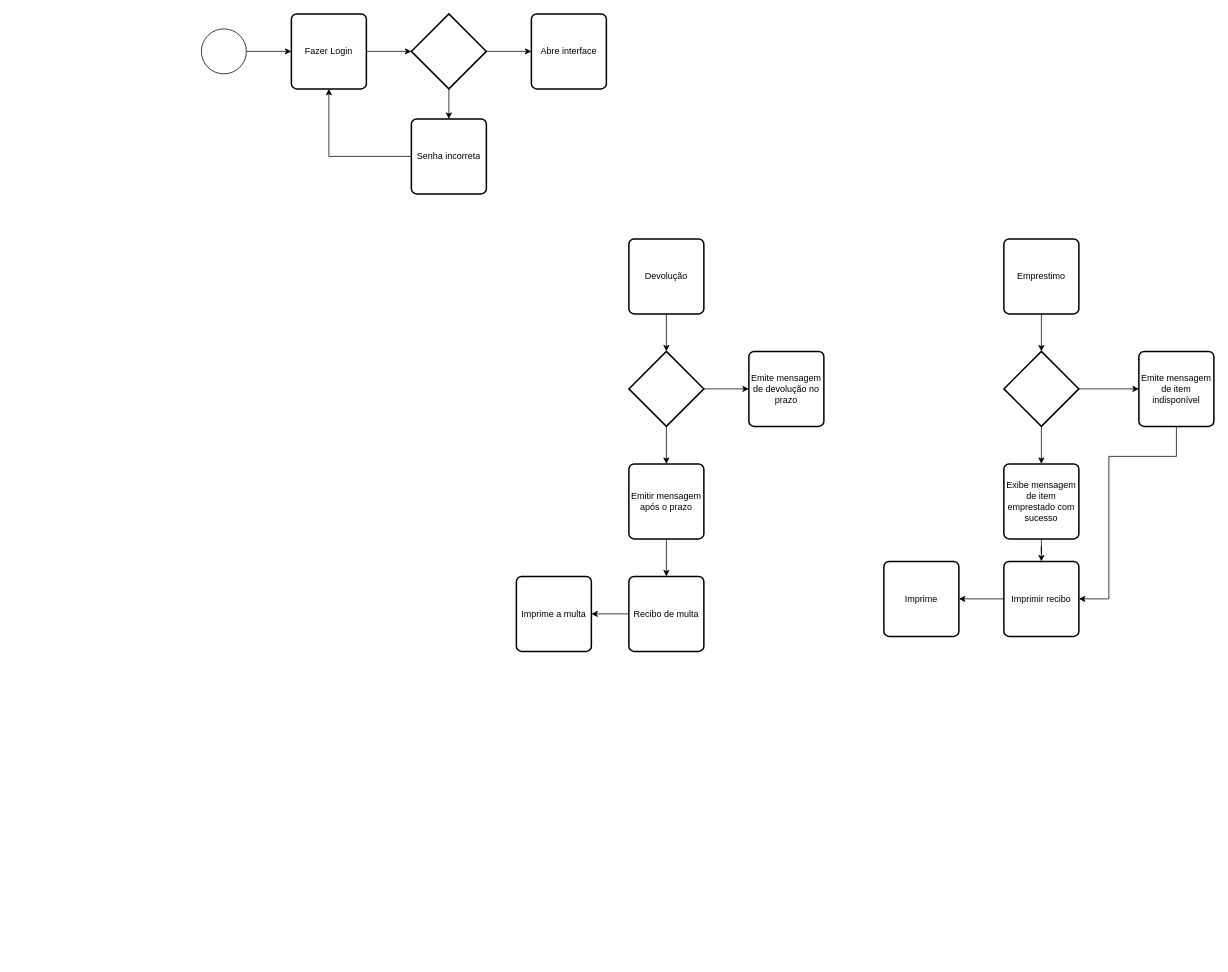
Before: diagramaAtividades.drawio in fe1ipesena/biblioteca-Java-Swing, a draw.io diagram. Source tidied: cells renumbered, new cells numbered last; positions are measured from the earlier drawing's top-left corner, leaving out a move shared by most shapes. Both pictures are drawn from the tidied source at 75%, with x=0, y=0 at pixel (201, 14).
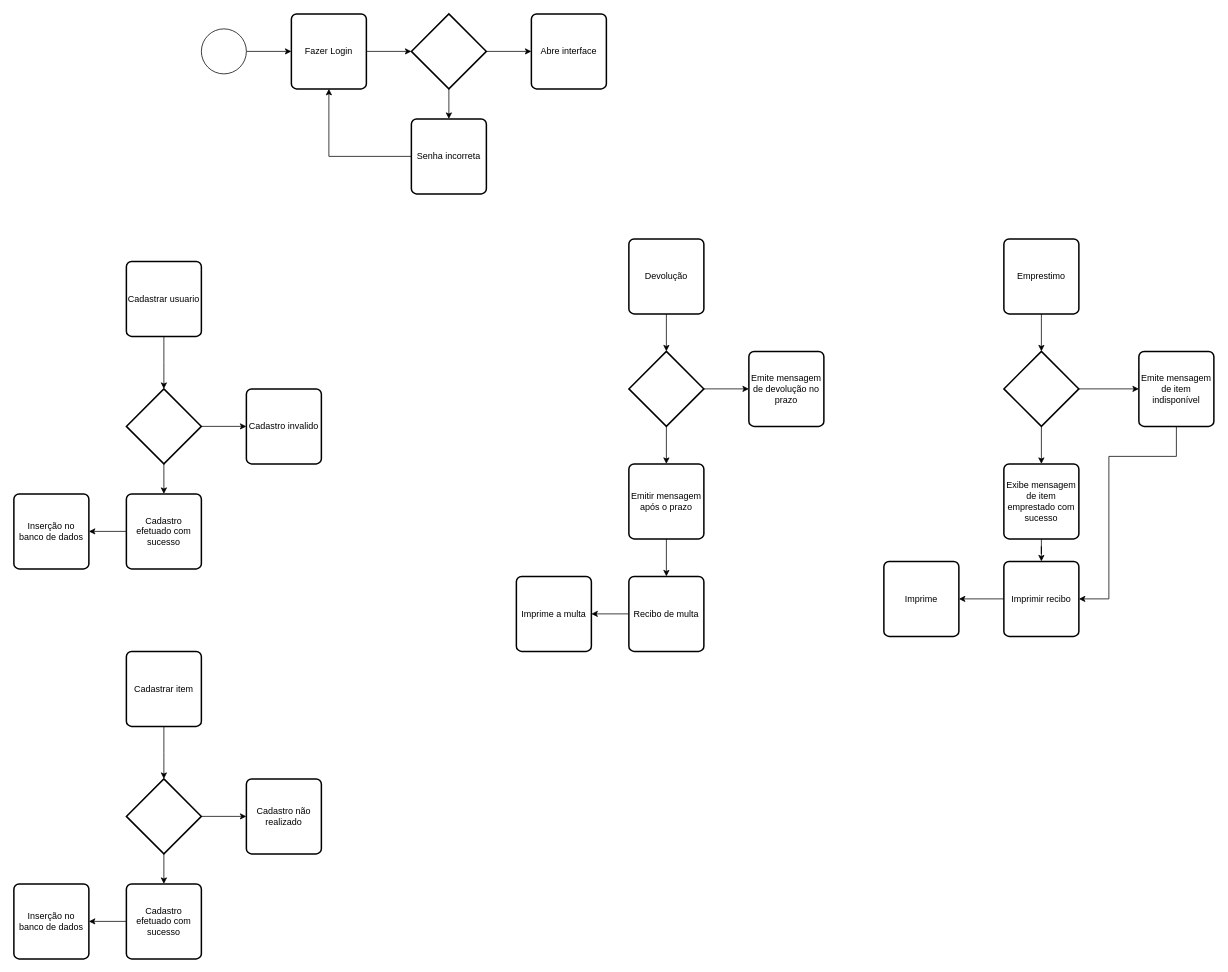
Above is the later version.

What changed in the source:
```diff
@@
+    <mxCell id="35" style="edgeStyle=orthogonalEdgeStyle;rounded=0;jettySize=auto;html=1;entryX=0.5;entryY=0;entryDx=0;entryDy=0;" parent="1" edge="1" source="36">
+      <mxGeometry relative="1" as="geometry">
+        <mxPoint x="-50" y="500" as="targetPoint" />
+      </mxGeometry>
+    </mxCell>
+    <mxCell id="36" value="Cadastrar usuario" style="rounded=1;whiteSpace=wrap;html=1;absoluteArcSize=1;arcSize=14;strokeWidth=2;" parent="1" vertex="1">
+      <mxGeometry x="-100" y="330" width="100" height="100" as="geometry" />
+    </mxCell>
+    <mxCell id="37" style="edgeStyle=orthogonalEdgeStyle;rounded=0;jettySize=auto;html=1;" parent="1" edge="1" source="39" target="40">
+      <mxGeometry relative="1" as="geometry" />
+    </mxCell>
+    <mxCell id="38" style="edgeStyle=orthogonalEdgeStyle;rounded=0;jettySize=auto;html=1;" parent="1" edge="1" source="39" target="42">
+      <mxGeometry relative="1" as="geometry" />
+    </mxCell>
+    <mxCell id="39" style="strokeWidth=2;html=1;shape=mxgraph.flowchart.decision;whiteSpace=wrap;" parent="1" vertex="1">
+      <mxGeometry x="-100" y="500" width="100" height="100" as="geometry" />
+    </mxCell>
+    <mxCell id="40" value="Cadastro invalido" style="rounded=1;whiteSpace=wrap;html=1;absoluteArcSize=1;arcSize=14;strokeWidth=2;" parent="1" vertex="1">
+      <mxGeometry x="60" y="500" width="100" height="100" as="geometry" />
+    </mxCell>
+    <mxCell id="41" style="edgeStyle=orthogonalEdgeStyle;rounded=0;jettySize=auto;html=1;" parent="1" edge="1" source="42" target="43">
+      <mxGeometry relative="1" as="geometry" />
+    </mxCell>
+    <mxCell id="42" value="Cadastro efetuado com sucesso" style="rounded=1;whiteSpace=wrap;html=1;absoluteArcSize=1;arcSize=14;strokeWidth=2;" parent="1" vertex="1">
+      <mxGeometry x="-100" y="640" width="100" height="100" as="geometry" />
+    </mxCell>
+    <mxCell id="43" value="Inserção no banco de dados" style="rounded=1;whiteSpace=wrap;html=1;absoluteArcSize=1;arcSize=14;strokeWidth=2;" parent="1" vertex="1">
+      <mxGeometry x="-250" y="640" width="100" height="100" as="geometry" />
+    </mxCell>
+    <mxCell id="44" style="edgeStyle=orthogonalEdgeStyle;rounded=0;jettySize=auto;html=1;entryX=0.5;entryY=0;entryDx=0;entryDy=0;" parent="1" edge="1" source="45">
+      <mxGeometry relative="1" as="geometry">
+        <mxPoint x="-50" y="1020" as="targetPoint" />
+      </mxGeometry>
+    </mxCell>
+    <mxCell id="45" value="Cadastrar item" style="rounded=1;whiteSpace=wrap;html=1;absoluteArcSize=1;arcSize=14;strokeWidth=2;" parent="1" vertex="1">
+      <mxGeometry x="-100" y="850" width="100" height="100" as="geometry" />
+    </mxCell>
+    <mxCell id="46" style="edgeStyle=orthogonalEdgeStyle;rounded=0;jettySize=auto;html=1;" parent="1" edge="1" source="48" target="49">
+      <mxGeometry relative="1" as="geometry" />
+    </mxCell>
+    <mxCell id="47" style="edgeStyle=orthogonalEdgeStyle;rounded=0;jettySize=auto;html=1;" parent="1" edge="1" source="48" target="51">
+      <mxGeometry relative="1" as="geometry" />
+    </mxCell>
+    <mxCell id="48" style="strokeWidth=2;html=1;shape=mxgraph.flowchart.decision;whiteSpace=wrap;" parent="1" vertex="1">
+      <mxGeometry x="-100" y="1020" width="100" height="100" as="geometry" />
+    </mxCell>
+    <mxCell id="49" value="Cadastro não realizado" style="rounded=1;whiteSpace=wrap;html=1;absoluteArcSize=1;arcSize=14;strokeWidth=2;" parent="1" vertex="1">
+      <mxGeometry x="60" y="1020" width="100" height="100" as="geometry" />
+    </mxCell>
+    <mxCell id="50" style="edgeStyle=orthogonalEdgeStyle;rounded=0;jettySize=auto;html=1;" parent="1" edge="1" source="51" target="52">
+      <mxGeometry relative="1" as="geometry" />
+    </mxCell>
+    <mxCell id="51" value="Cadastro efetuado com sucesso" style="rounded=1;whiteSpace=wrap;html=1;absoluteArcSize=1;arcSize=14;strokeWidth=2;" parent="1" vertex="1">
+      <mxGeometry x="-100" y="1160" width="100" height="100" as="geometry" />
+    </mxCell>
+    <mxCell id="52" value="Inserção no banco de dados" style="rounded=1;whiteSpace=wrap;html=1;absoluteArcSize=1;arcSize=14;strokeWidth=2;" parent="1" vertex="1">
+      <mxGeometry x="-250" y="1160" width="100" height="100" as="geometry" />
+    </mxCell>
```
